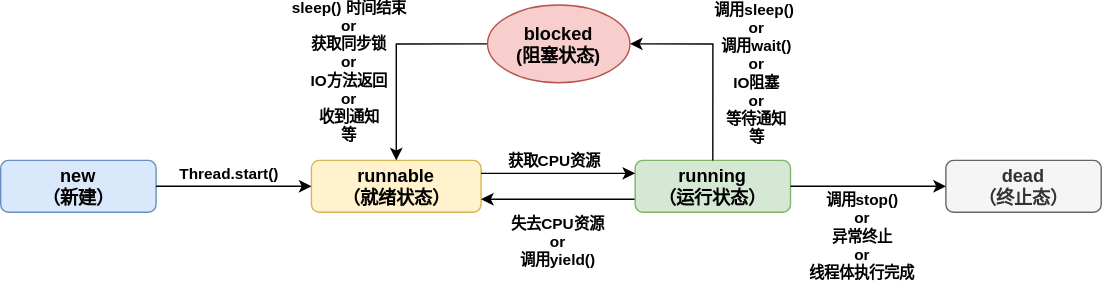
Earlier version of the draw.io export Java/JavaSE/多线程/Java线程的生命周期.drawio.svg (Developer-Tang/notes). Source tidied: cells renumbered, new cells last; positions are measured from the earlier drawing's top-left corner, leaving out a move shared by most shapes.
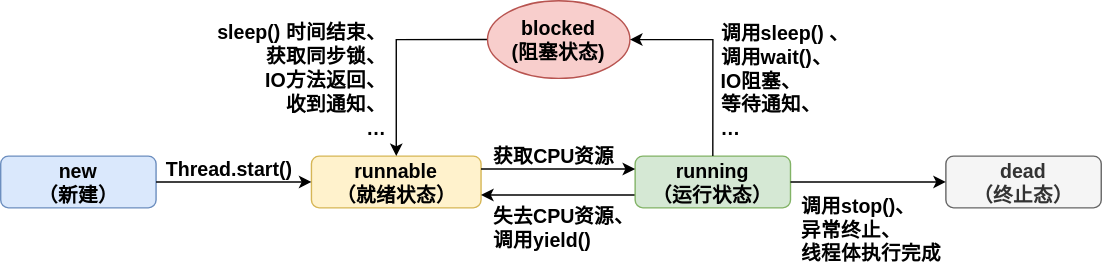
After the commit.

The edit, as a diff of the source:
```diff
@@ -2,13 +2,13 @@
   <root>
     <mxCell id="0" />
     <mxCell id="1" parent="0" />
-    <mxCell id="2" value="new&#10;（新建）" style="rounded=1;fontSize=13;glass=0;strokeWidth=1;shadow=0;fillColor=#dae8fc;strokeColor=#6c8ebf;fontStyle=1;" parent="1" vertex="1">
+    <mxCell id="2" value="new&#10;（新建）" style="rounded=1;fontSize=14;glass=0;strokeWidth=1;shadow=0;fillColor=#dae8fc;strokeColor=#6c8ebf;fontStyle=1;labelBackgroundColor=none;" parent="1" vertex="1">
       <mxGeometry y="111" width="111" height="37" as="geometry" />
     </mxCell>
-    <mxCell id="3" value="runnable&#10;（就绪状态）" style="rounded=1;fontSize=13;glass=0;strokeWidth=1;shadow=0;fillColor=#fff2cc;strokeColor=#d6b656;fontStyle=1;" parent="1" vertex="1">
+    <mxCell id="3" value="runnable&#10;（就绪状态）" style="rounded=1;fontSize=14;glass=0;strokeWidth=1;shadow=0;fillColor=#fff2cc;strokeColor=#d6b656;fontStyle=1;labelBackgroundColor=none;" parent="1" vertex="1">
       <mxGeometry x="222" y="111" width="121.2" height="37" as="geometry" />
     </mxCell>
-    <mxCell id="4" style="edgeStyle=orthogonalEdgeStyle;rounded=0;jettySize=auto;fontSize=14;fontStyle=1;" parent="1" edge="1" source="2" target="3">
+    <mxCell id="4" style="edgeStyle=orthogonalEdgeStyle;rounded=0;jettySize=auto;fontSize=14;fontStyle=1;labelBackgroundColor=none;" parent="1" edge="1" source="2" target="3">
       <mxGeometry relative="1" as="geometry">
         <Array as="points">
           <mxPoint x="157.2" y="129.5" />
@@ -16,53 +16,53 @@
         </Array>
       </mxGeometry>
     </mxCell>
-    <mxCell id="5" value="Thread.start()" style="edgeLabel;align=center;verticalAlign=middle;fontStyle=1;fontSize=11;labelBackgroundColor=none;" parent="4" vertex="1">
+    <mxCell id="5" value="Thread.start()" style="edgeLabel;align=center;verticalAlign=middle;fontStyle=1;fontSize=14;labelBackgroundColor=none;" parent="4" vertex="1">
       <mxGeometry x="0.12" y="1" relative="1" as="geometry">
         <mxPoint x="-10" y="-9" as="offset" />
       </mxGeometry>
     </mxCell>
-    <mxCell id="6" value="失去CPU资源&#10;or&#10;调用yield()" style="edgeStyle=orthogonalEdgeStyle;rounded=0;jettySize=auto;exitX=0;exitY=0.75;exitDx=0;exitDy=0;entryX=1;entryY=0.75;entryDx=0;entryDy=0;fontSize=11;labelBackgroundColor=none;fontStyle=1;" parent="1" edge="1" source="7" target="3">
-      <mxGeometry x="-0.01" y="30" relative="1" as="geometry" />
+    <mxCell id="6" value="失去CPU资源、&#10;调用yield()" style="edgeStyle=orthogonalEdgeStyle;rounded=0;jettySize=auto;exitX=0;exitY=0.75;exitDx=0;exitDy=0;entryX=1;entryY=0.75;entryDx=0;entryDy=0;fontSize=14;labelBackgroundColor=none;fontStyle=1;align=left;" parent="1" edge="1" source="7" target="3">
+      <mxGeometry x="0.88" y="23" relative="1" as="geometry" />
     </mxCell>
-    <mxCell id="7" value="running&#10;（运行状态）" style="rounded=1;fontSize=13;glass=0;strokeWidth=1;shadow=0;fillColor=#d5e8d4;strokeColor=#82b366;fontStyle=1;" parent="1" vertex="1">
+    <mxCell id="7" value="running&#10;（运行状态）" style="rounded=1;fontSize=14;glass=0;strokeWidth=1;shadow=0;fillColor=#d5e8d4;strokeColor=#82b366;fontStyle=1;labelBackgroundColor=none;" parent="1" vertex="1">
       <mxGeometry x="453.2" y="111" width="111" height="37" as="geometry" />
     </mxCell>
-    <mxCell id="8" style="edgeStyle=orthogonalEdgeStyle;rounded=0;jettySize=auto;fontSize=14;exitX=1;exitY=0.25;exitDx=0;exitDy=0;entryX=0;entryY=0.25;entryDx=0;entryDy=0;fontStyle=1;" parent="1" edge="1" source="3" target="7">
+    <mxCell id="8" style="edgeStyle=orthogonalEdgeStyle;rounded=0;jettySize=auto;fontSize=14;exitX=1;exitY=0.25;exitDx=0;exitDy=0;entryX=0;entryY=0.25;entryDx=0;entryDy=0;fontStyle=1;labelBackgroundColor=none;" parent="1" edge="1" source="3" target="7">
       <mxGeometry relative="1" as="geometry" />
     </mxCell>
-    <mxCell id="9" value="获取CPU资源" style="edgeLabel;align=center;verticalAlign=middle;fontSize=11;fontStyle=1;labelBackgroundColor=none;" parent="8" vertex="1">
+    <mxCell id="9" value="获取CPU资源" style="edgeLabel;align=center;verticalAlign=middle;fontSize=14;fontStyle=1;labelBackgroundColor=none;" parent="8" vertex="1">
       <mxGeometry x="-0.33" y="1" relative="1" as="geometry">
         <mxPoint x="15" y="-9" as="offset" />
       </mxGeometry>
     </mxCell>
-    <mxCell id="10" value="dead&#10;（终止态）" style="rounded=1;fontSize=13;glass=0;strokeWidth=1;shadow=0;fillColor=#f5f5f5;strokeColor=#666666;fontStyle=1;fontColor=#333333;verticalAlign=middle;" parent="1" vertex="1">
+    <mxCell id="10" value="dead&#10;（终止态）" style="rounded=1;fontSize=14;glass=0;strokeWidth=1;shadow=0;fillColor=#f5f5f5;strokeColor=#666666;fontStyle=1;fontColor=#333333;verticalAlign=middle;labelBackgroundColor=none;" parent="1" vertex="1">
       <mxGeometry x="675.2" y="111" width="111" height="37" as="geometry" />
     </mxCell>
-    <mxCell id="11" style="edgeStyle=orthogonalEdgeStyle;rounded=0;jettySize=auto;fontStyle=1;" parent="1" edge="1" source="7" target="10">
+    <mxCell id="11" style="edgeStyle=orthogonalEdgeStyle;rounded=0;jettySize=auto;fontStyle=1;labelBackgroundColor=none;fontSize=14;" parent="1" edge="1" source="7" target="10">
       <mxGeometry relative="1" as="geometry" />
     </mxCell>
-    <mxCell id="12" value="调用stop()&#10;or&#10;异常终止&#10;or&#10;线程体执行完成" style="edgeLabel;align=center;verticalAlign=middle;fontSize=11;labelBackgroundColor=none;fontStyle=1;" parent="11" vertex="1">
+    <mxCell id="12" value="调用stop()、&#10;异常终止、&#10;线程体执行完成" style="edgeLabel;align=left;verticalAlign=middle;fontSize=14;labelBackgroundColor=none;fontStyle=1;" parent="11" vertex="1">
       <mxGeometry x="-0.23" y="-3" relative="1" as="geometry">
-        <mxPoint x="8" y="32" as="offset" />
+        <mxPoint x="-37" y="30" as="offset" />
       </mxGeometry>
     </mxCell>
-    <mxCell id="13" style="edgeStyle=orthogonalEdgeStyle;rounded=0;jettySize=auto;exitX=0;exitY=0.5;exitDx=0;exitDy=0;fontSize=14;fontStyle=1;" parent="1" edge="1" source="15" target="3">
+    <mxCell id="13" style="edgeStyle=orthogonalEdgeStyle;rounded=0;jettySize=auto;exitX=0;exitY=0.5;exitDx=0;exitDy=0;fontSize=14;fontStyle=1;labelBackgroundColor=none;" parent="1" edge="1" source="15" target="3">
       <mxGeometry relative="1" as="geometry" />
     </mxCell>
-    <mxCell id="14" value="sleep() 时间结束&#10;or&#10;获取同步锁&#10;or&#10;IO方法返回&#10;or&#10;收到通知&#10;等" style="edgeLabel;align=center;verticalAlign=middle;fontSize=11;labelBackgroundColor=none;fontStyle=1;" parent="13" vertex="1">
+    <mxCell id="14" value="sleep() 时间结束、&#10;获取同步锁、&#10;IO方法返回、&#10;收到通知、&#10;…" style="edgeLabel;align=right;verticalAlign=middle;fontSize=14;labelBackgroundColor=none;fontStyle=1;" parent="13" vertex="1">
       <mxGeometry x="0.31" y="3" relative="1" as="geometry">
-        <mxPoint x="-37" y="-14" as="offset" />
+        <mxPoint x="-9" y="-5" as="offset" />
       </mxGeometry>
     </mxCell>
-    <mxCell id="15" value="blocked&#10;(阻塞状态)" style="ellipse;fontSize=13;fontStyle=1;fillColor=#f8cecc;strokeColor=#b85450;" parent="1" vertex="1">
+    <mxCell id="15" value="blocked&#10;(阻塞状态)" style="ellipse;fontSize=14;fontStyle=1;fillColor=#f8cecc;strokeColor=#b85450;labelBackgroundColor=none;" parent="1" vertex="1">
       <mxGeometry x="347.8" width="101.8" height="55.5" as="geometry" />
     </mxCell>
-    <mxCell id="16" style="edgeStyle=orthogonalEdgeStyle;rounded=0;jettySize=auto;exitX=0.5;exitY=0;exitDx=0;exitDy=0;entryX=1;entryY=0.5;entryDx=0;entryDy=0;fontSize=14;fontStyle=1;" parent="1" edge="1" source="7" target="15">
+    <mxCell id="16" style="edgeStyle=orthogonalEdgeStyle;rounded=0;jettySize=auto;exitX=0.5;exitY=0;exitDx=0;exitDy=0;entryX=1;entryY=0.5;entryDx=0;entryDy=0;fontSize=14;fontStyle=1;labelBackgroundColor=none;" parent="1" edge="1" source="7" target="15">
       <mxGeometry relative="1" as="geometry" />
     </mxCell>
-    <mxCell id="17" value="调用sleep() &#10;or&#10;调用wait()&#10;or&#10;IO阻塞&#10;or&#10;等待通知&#10;等" style="edgeLabel;align=center;verticalAlign=middle;fontSize=11;labelBackgroundColor=none;fontStyle=1;" parent="16" vertex="1">
+    <mxCell id="17" value="调用sleep() 、&#10;调用wait()、&#10;IO阻塞、&#10;等待通知、&#10;…" style="edgeLabel;align=left;verticalAlign=middle;fontSize=14;labelBackgroundColor=none;fontStyle=1;" parent="16" vertex="1">
       <mxGeometry x="-0.12" y="-1" relative="1" as="geometry">
-        <mxPoint x="30" as="offset" />
+        <mxPoint x="3" y="8" as="offset" />
       </mxGeometry>
     </mxCell>
   </root>
```
